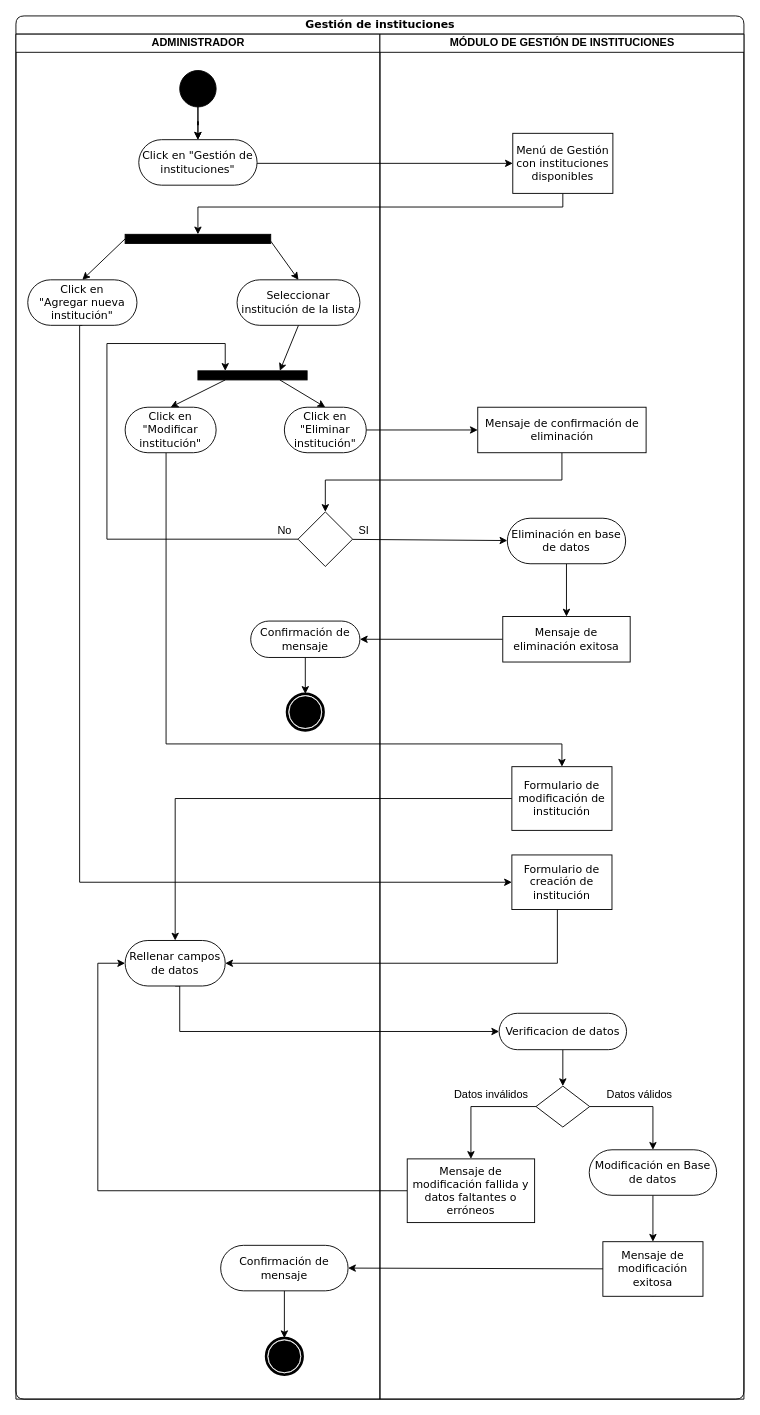
NeutronBlast/IS-Ex keeps this draw.io diagram as MET/Gestion de instituciones.drawio. Above is the earlier version. Source tidied: cells renumbered, new cells numbered last; positions are measured from the earlier drawing's top-left corner, leaving out a move shared by most shapes. Both pictures are drawn from the tidied source at 91%, with x=0, y=0 at pixel (15, 15).
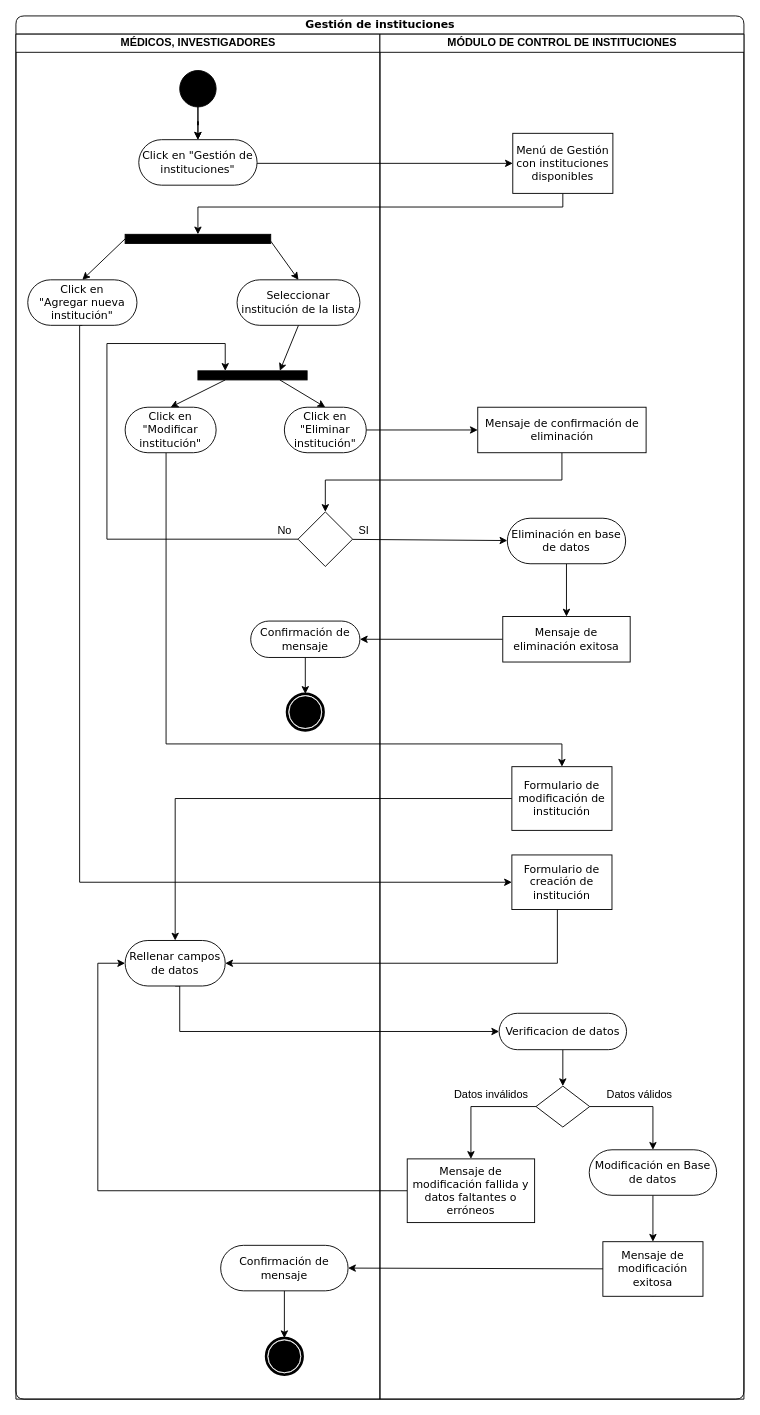
After the change.

Unchanged cells that the change refers to:
```xml
<mxCell id="2" value="Gestión de instituciones" style="swimlane;html=1;startSize=20;rounded=1;shadow=0;comic=0;labelBackgroundColor=none;strokeWidth=1;fontFamily=Verdana;fontSize=12;align=center;" parent="1" vertex="1">
  <mxGeometry width="800" height="1520" as="geometry" />
</mxCell>
```

Diff of the diagram source:
```diff
@@
-    <mxCell id="16" value="ADMINISTRADOR" style="swimlane;html=1;startSize=20;" parent="2" vertex="1">
+    <mxCell id="16" value="MÉDICOS, INVESTIGADORES" style="swimlane;html=1;startSize=20;" parent="2" vertex="1">
       <mxGeometry y="20" width="400" height="1500" as="geometry" />
     </mxCell>
@@
-    <mxCell id="43" value="MÓDULO DE GESTIÓN DE INSTITUCIONES" style="swimlane;html=1;startSize=20;" parent="2" vertex="1">
+    <mxCell id="43" value="MÓDULO DE CONTROL DE INSTITUCIONES" style="swimlane;html=1;startSize=20;" parent="2" vertex="1">
       <mxGeometry x="400" y="20" width="400" height="1500" as="geometry" />
     </mxCell>
```
